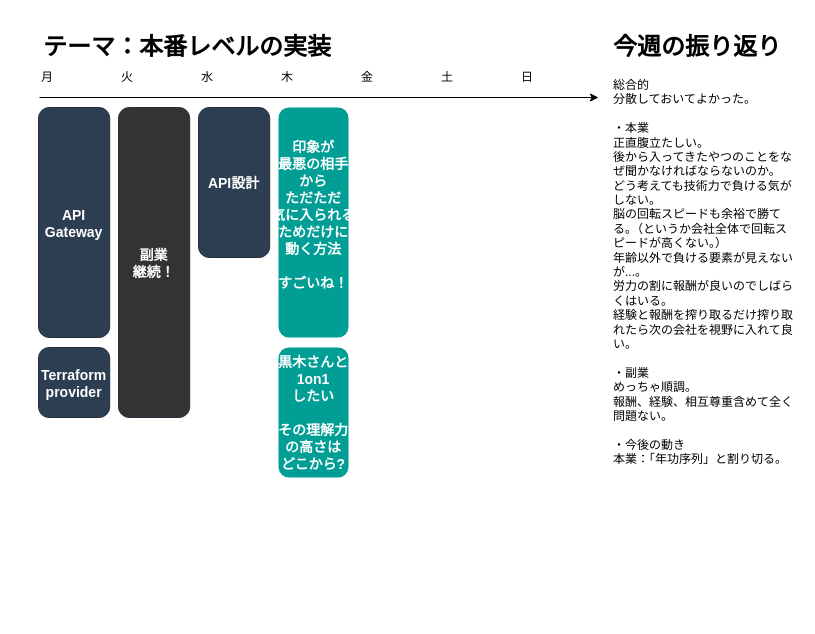
Above: page "20240729" (3 of 3) of life/life_202408.drawio in minegishirei/draw_v1 (draw.io), before the change. Source tidied: cells renumbered, new cells numbered last; positions are measured from the earlier drawing's top-left corner, leaving out a move shared by most shapes. Both pictures are drawn from the tidied source at 100%, with x=0, y=0 at pixel (17, 27).
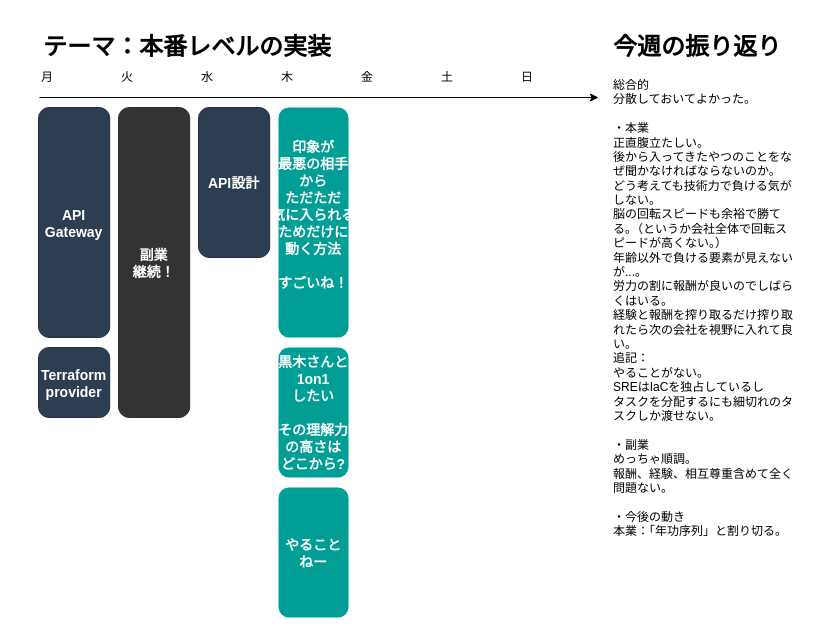
The same diagram, later.

What changed in the source:
```diff
@@
 <mxGraphModel>
   <root>
     <mxCell id="0" />
     <mxCell id="1" parent="0" />
     <mxCell id="2" value="火" style="text;html=1;strokeColor=none;fillColor=none;align=center;verticalAlign=middle;whiteSpace=wrap;rounded=0;shadow=0;" parent="1" vertex="1">
       <mxGeometry x="80" y="35" width="60" height="30" as="geometry" />
     </mxCell>
     <mxCell id="3" value="水" style="text;html=1;strokeColor=none;fillColor=none;align=center;verticalAlign=middle;whiteSpace=wrap;rounded=0;shadow=0;" parent="1" vertex="1">
       <mxGeometry x="160" y="35" width="60" height="30" as="geometry" />
     </mxCell>
     <mxCell id="4" value="木" style="text;html=1;strokeColor=none;fillColor=none;align=center;verticalAlign=middle;whiteSpace=wrap;rounded=0;shadow=0;" parent="1" vertex="1">
       <mxGeometry x="240" y="35" width="60" height="30" as="geometry" />
     </mxCell>
     <mxCell id="5" value="金" style="text;html=1;strokeColor=none;fillColor=none;align=center;verticalAlign=middle;whiteSpace=wrap;rounded=0;shadow=0;" parent="1" vertex="1">
       <mxGeometry x="320" y="35" width="60" height="30" as="geometry" />
     </mxCell>
     <mxCell id="6" value="土" style="text;html=1;strokeColor=none;fillColor=none;align=center;verticalAlign=middle;whiteSpace=wrap;rounded=0;shadow=0;" parent="1" vertex="1">
       <mxGeometry x="400" y="35" width="60" height="30" as="geometry" />
     </mxCell>
     <mxCell id="7" value="日" style="text;html=1;strokeColor=none;fillColor=none;align=center;verticalAlign=middle;whiteSpace=wrap;rounded=0;shadow=0;" parent="1" vertex="1">
       <mxGeometry x="480" y="35" width="60" height="30" as="geometry" />
     </mxCell>
     <mxCell id="8" value="月" style="text;html=1;strokeColor=none;fillColor=none;align=center;verticalAlign=middle;whiteSpace=wrap;rounded=0;shadow=0;" parent="1" vertex="1">
       <mxGeometry y="35" width="60" height="30" as="geometry" />
     </mxCell>
     <mxCell id="9" value="&lt;h1&gt;テーマ：本番レベルの実装&lt;/h1&gt;" style="text;html=1;strokeColor=none;fillColor=none;spacing=5;spacingTop=-20;whiteSpace=wrap;overflow=hidden;rounded=0;shadow=0;" parent="1" vertex="1">
       <mxGeometry x="21" width="480" height="40" as="geometry" />
     </mxCell>
     <mxCell id="10" style="endArrow=classic;html=1;rounded=0;shadow=0;" parent="1" edge="1">
       <mxGeometry relative="1" as="geometry">
         <mxPoint x="22" y="70" as="sourcePoint" />
         <mxPoint x="581" y="70" as="targetPoint" />
       </mxGeometry>
     </mxCell>
-    <mxCell id="11" value="&lt;h1&gt;&lt;/h1&gt;&lt;h1 style=&quot;border-color: var(--border-color);&quot;&gt;今週の振り返り&lt;/h1&gt;&lt;div&gt;総合的&lt;/div&gt;&lt;div&gt;分散しておいてよかった。&lt;/div&gt;&lt;div&gt;&lt;br&gt;&lt;/div&gt;&lt;div&gt;・本業&lt;/div&gt;&lt;div&gt;正直腹立たしい。&lt;/div&gt;&lt;div&gt;後から入ってきたやつのことをなぜ聞かなければならないのか。&lt;/div&gt;&lt;div&gt;どう考えても技術力で負ける気がしない。&lt;/div&gt;&lt;div&gt;脳の回転スピードも余裕で勝てる。（というか会社全体で回転ス&lt;span style=&quot;background-color: initial;&quot;&gt;ピードが高くない。）&lt;/span&gt;&lt;/div&gt;&lt;div&gt;&lt;span style=&quot;background-color: initial;&quot;&gt;年齢以外で負ける要素が見えないが...。&lt;/span&gt;&lt;/div&gt;&lt;div&gt;労力の割に報酬が良いのでしばらくはいる。&lt;/div&gt;&lt;div&gt;経験と報酬を搾り取るだけ搾り取れたら次の会社を視野に入れて良い。&lt;/div&gt;&lt;div&gt;&lt;br&gt;&lt;/div&gt;&lt;div&gt;・副業&lt;/div&gt;&lt;div&gt;めっちゃ順調。&lt;/div&gt;&lt;div&gt;報酬、経験、相互尊重含めて全く問題ない。&lt;/div&gt;&lt;div&gt;&lt;br&gt;&lt;/div&gt;&lt;div&gt;・今後の動き&lt;/div&gt;&lt;div&gt;本業：「年功序列」と割り切る。&lt;/div&gt;&lt;div&gt;&lt;br&gt;&lt;/div&gt;&lt;div&gt;&lt;br&gt;&lt;/div&gt;" style="text;html=1;strokeColor=none;fillColor=none;spacing=5;spacingTop=-20;whiteSpace=wrap;overflow=hidden;rounded=0;shadow=0;" parent="1" vertex="1">
+    <mxCell id="11" value="&lt;h1&gt;&lt;/h1&gt;&lt;h1 style=&quot;border-color: var(--border-color);&quot;&gt;今週の振り返り&lt;/h1&gt;&lt;div&gt;総合的&lt;/div&gt;&lt;div&gt;分散しておいてよかった。&lt;/div&gt;&lt;div&gt;&lt;br&gt;&lt;/div&gt;&lt;div&gt;・本業&lt;/div&gt;&lt;div&gt;正直腹立たしい。&lt;/div&gt;&lt;div&gt;後から入ってきたやつのことをなぜ聞かなければならないのか。&lt;/div&gt;&lt;div&gt;どう考えても技術力で負ける気がしない。&lt;/div&gt;&lt;div&gt;脳の回転スピードも余裕で勝てる。（というか会社全体で回転ス&lt;span style=&quot;background-color: initial;&quot;&gt;ピードが高くない。）&lt;/span&gt;&lt;/div&gt;&lt;div&gt;&lt;span style=&quot;background-color: initial;&quot;&gt;年齢以外で負ける要素が見えないが...。&lt;/span&gt;&lt;/div&gt;&lt;div&gt;労力の割に報酬が良いのでしばらくはいる。&lt;/div&gt;&lt;div&gt;経験と報酬を搾り取るだけ搾り取れたら次の会社を視野に入れて良い。&lt;/div&gt;&lt;div&gt;追記：&lt;/div&gt;&lt;div&gt;やることがない。&lt;/div&gt;&lt;div&gt;SREはIaCを独占しているし&lt;/div&gt;&lt;div&gt;タスクを分配するにも細切れのタスクしか渡せない。&lt;/div&gt;&lt;div&gt;&lt;br&gt;&lt;/div&gt;&lt;div&gt;・副業&lt;/div&gt;&lt;div&gt;めっちゃ順調。&lt;/div&gt;&lt;div&gt;報酬、経験、相互尊重含めて全く問題ない。&lt;/div&gt;&lt;div&gt;&lt;br&gt;&lt;/div&gt;&lt;div&gt;・今後の動き&lt;/div&gt;&lt;div&gt;本業：「年功序列」と割り切る。&lt;/div&gt;&lt;div&gt;&lt;br&gt;&lt;/div&gt;&lt;div&gt;&lt;br&gt;&lt;/div&gt;" style="text;html=1;strokeColor=none;fillColor=none;spacing=5;spacingTop=-20;whiteSpace=wrap;overflow=hidden;rounded=0;shadow=0;" parent="1" vertex="1">
       <mxGeometry x="591" width="190" height="560" as="geometry" />
     </mxCell>
     <mxCell id="12" value="API&#10;Gateway" style="rounded=1;fillColor=#2E3E52;strokeColor=#232F3E;shadow=0;gradientColor=none;fontStyle=1;fontColor=#FFFFFF;fontSize=14;" parent="1" vertex="1">
       <mxGeometry x="21" y="80" width="71.2" height="230" as="geometry" />
     </mxCell>
     <mxCell id="13" value="Terraform&#10;provider" style="rounded=1;fillColor=#2E3E52;strokeColor=#232F3E;shadow=0;gradientColor=none;fontStyle=1;fontColor=#FFFFFF;fontSize=14;" parent="1" vertex="1">
       <mxGeometry x="21" y="320" width="71.2" height="70" as="geometry" />
     </mxCell>
     <mxCell id="14" value="副業&#10;継続！" style="rounded=1;fillColor=#333333;strokeColor=#232F3E;shadow=0;gradientColor=none;fontStyle=1;fontColor=#FFFFFF;fontSize=14;" parent="1" vertex="1">
       <mxGeometry x="101" y="80" width="71.2" height="310" as="geometry" />
     </mxCell>
     <mxCell id="15" value="API設計" style="rounded=1;fillColor=#2E3E52;strokeColor=#232F3E;shadow=0;gradientColor=none;fontStyle=1;fontColor=#FFFFFF;fontSize=14;" parent="1" vertex="1">
       <mxGeometry x="181" y="80" width="71.2" height="150" as="geometry" />
     </mxCell>
     <mxCell id="16" value="印象が&#10;最悪の相手&#10;から&#10;ただただ&#10;気に入られる&#10;ためだけに&#10;動く方法&#10;&#10;すごいね！&#10;" style="rounded=1;fillColor=#019E95;strokeColor=none;shadow=0;gradientColor=none;fontStyle=1;fontColor=#FFFFFF;fontSize=14;" parent="1" vertex="1">
       <mxGeometry x="261" y="80" width="70" height="230" as="geometry" />
     </mxCell>
     <mxCell id="17" value="黒木さんと&#10;1on1&#10;したい&#10;&#10;その理解力&#10;の高さは&#10;どこから?" style="rounded=1;fillColor=#019E95;strokeColor=none;shadow=0;gradientColor=none;fontStyle=1;fontColor=#FFFFFF;fontSize=14;" parent="1" vertex="1">
       <mxGeometry x="261" y="320" width="70" height="130" as="geometry" />
     </mxCell>
+    <mxCell id="18" value="やること&#10;ねー" style="rounded=1;fillColor=#019E95;strokeColor=none;shadow=0;gradientColor=none;fontStyle=1;fontColor=#FFFFFF;fontSize=14;" parent="1" vertex="1">
+      <mxGeometry x="261" y="460" width="70" height="130" as="geometry" />
+    </mxCell>
   </root>
 </mxGraphModel>
```
